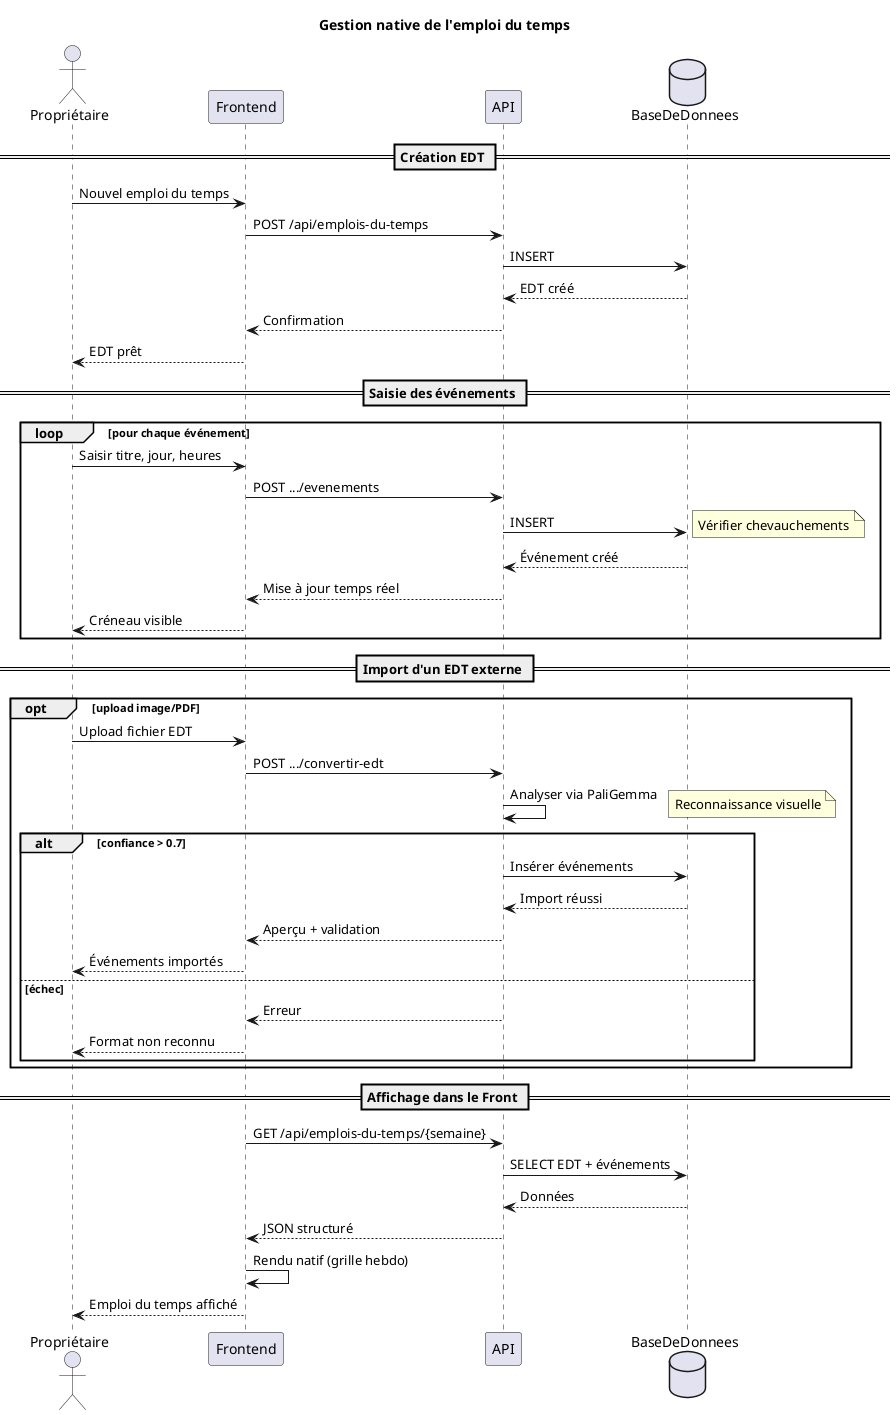
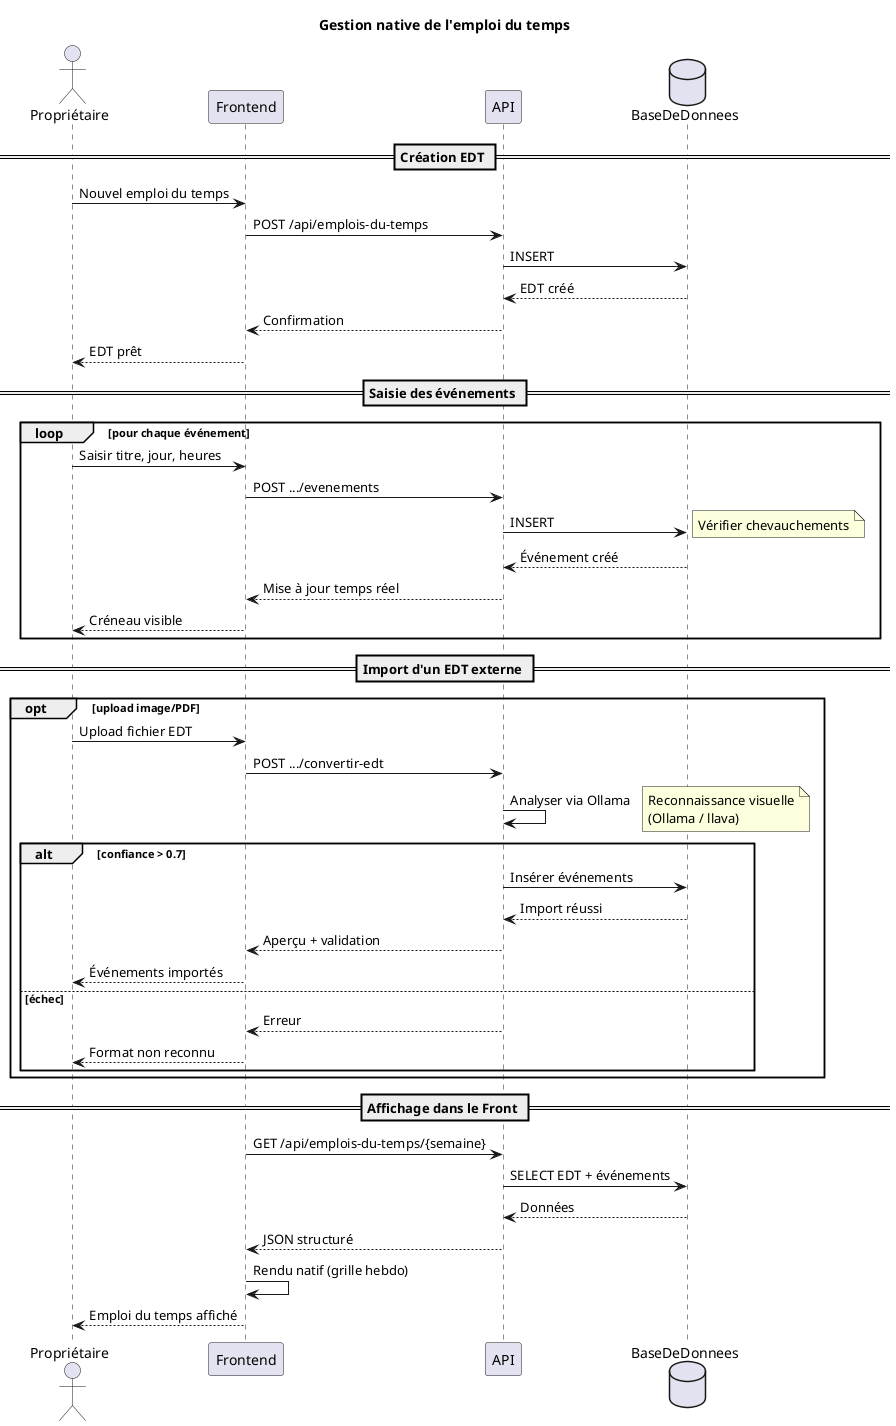
@startuml
title Gestion native de l'emploi du temps

actor Propriétaire as Auth
participant Frontend as Front
participant API as API
database BaseDeDonnees as BD

== Création EDT ==
Auth -> Front: Nouvel emploi du temps
Front -> API: POST /api/emplois-du-temps
API -> BD: INSERT
BD --> API: EDT créé
API --> Front: Confirmation
Front --> Auth: EDT prêt

== Saisie des événements ==
loop pour chaque événement
  Auth -> Front: Saisir titre, jour, heures
  Front -> API: POST .../evenements
  API -> BD: INSERT
  note right: Vérifier chevauchements
  BD --> API: Événement créé
  API --> Front: Mise à jour temps réel
  Front --> Auth: Créneau visible
end

== Import d'un EDT externe ==
opt upload image/PDF
  Auth -> Front: Upload fichier EDT
  Front -> API: POST .../convertir-edt
-   API -> API: Analyser via PaliGemma
-   note right: Reconnaissance visuelle
+   API -> API: Analyser via Ollama
+   note right: Reconnaissance visuelle\n(Ollama / llava)
  alt confiance > 0.7
    API -> BD: Insérer événements
    BD --> API: Import réussi
    API --> Front: Aperçu + validation
    Front --> Auth: Événements importés
  else échec
    API --> Front: Erreur
    Front --> Auth: Format non reconnu
  end
end

== Affichage dans le Front ==
Front -> API: GET /api/emplois-du-temps/{semaine}
API -> BD: SELECT EDT + événements
BD --> API: Données
API --> Front: JSON structuré
Front -> Front: Rendu natif (grille hebdo)
Front --> Auth: Emploi du temps affiché

@enduml
